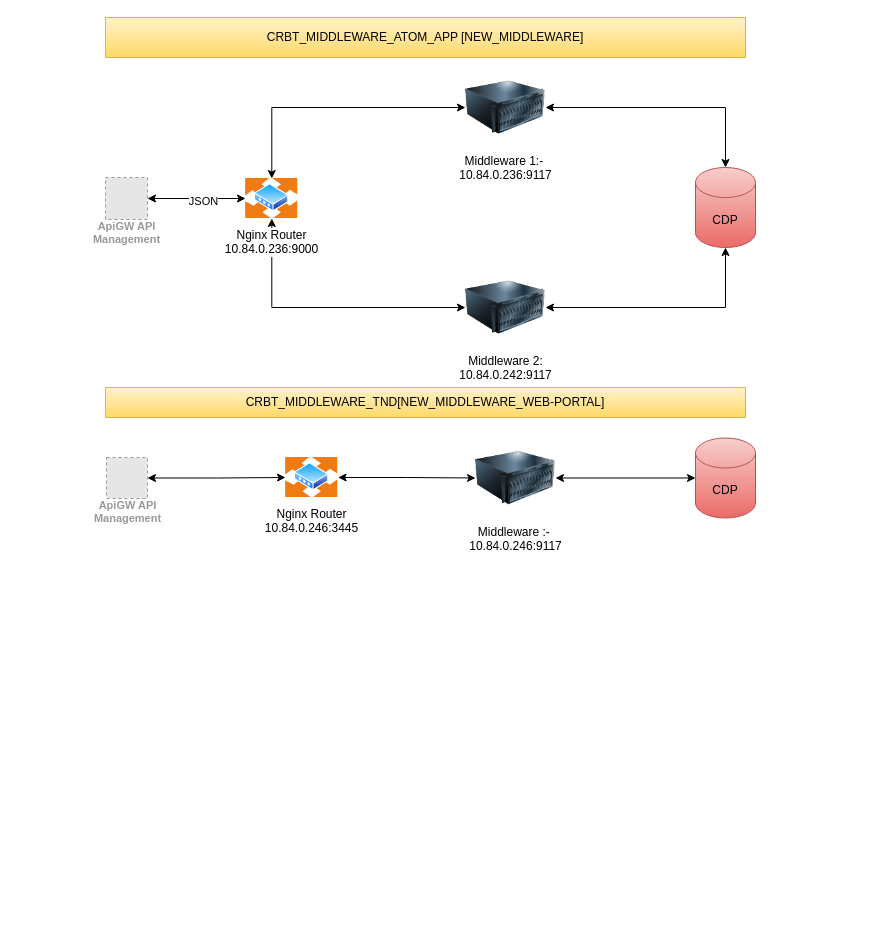
Earlier version of the draw.io diagram src/Untitled Diagram.drawio (sathwikraj19/udemy). Source tidied: cells renumbered, new cells numbered last; positions are measured from the earlier drawing's top-left corner, leaving out a move shared by most shapes. Both pictures are drawn from the tidied source at 100%, with x=0, y=0 at pixel (105, 17). Pictures stored in the file or linked from it are replaced by grey dashed boxes.
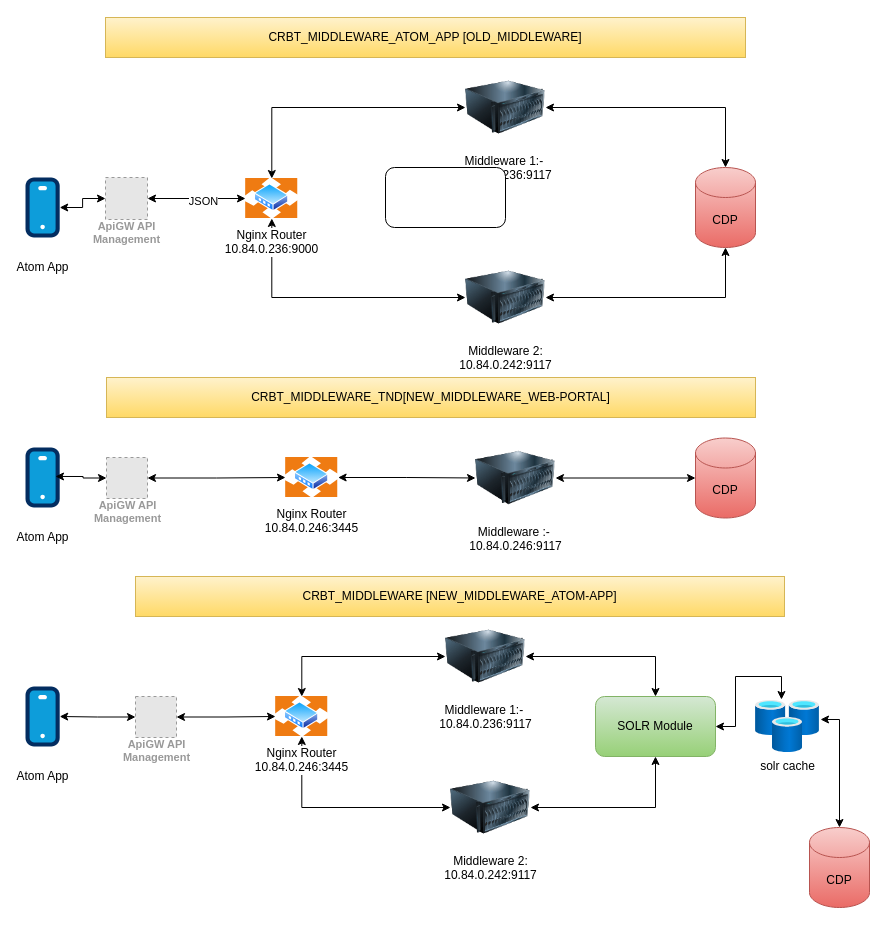
The same page after the edit.

The change refers to these unchanged cells:
```xml
<mxCell id="4" value="ApiGW API&lt;br&gt;Management" style="fillColor=#E6E6E6;strokeColor=#999999;dashed=1;html=1;verticalAlign=top;labelPosition=center;verticalLabelPosition=bottom;align=center;spacingTop=-6;fontSize=11;fontStyle=1;fontColor=#999999;" parent="1" vertex="1">
  <mxGeometry y="160" width="42" height="42" as="geometry" />
</mxCell>
<mxCell id="12" value="ApiGW API&lt;br&gt;Management" style="fillColor=#E6E6E6;strokeColor=#999999;dashed=1;html=1;verticalAlign=top;labelPosition=center;verticalLabelPosition=bottom;align=center;spacingTop=-6;fontSize=11;fontStyle=1;fontColor=#999999;" parent="1" vertex="1">
  <mxGeometry x="1" y="440" width="41" height="41" as="geometry" />
</mxCell>
```

Change to the diagram source:
```diff
@@
+    <mxCell id="22" style="edgeStyle=orthogonalEdgeStyle;rounded=0;jettySize=auto;html=1;exitX=0;exitY=0.5;exitDx=0;exitDy=0;startArrow=classic;startFill=1;" parent="1" edge="1" source="4" target="36">
+      <mxGeometry relative="1" as="geometry" />
+    </mxCell>
@@
     <mxCell id="8" value="Middleware 2:&lt;div&gt;10.84.0.242:9117&lt;/div&gt;" style="image;html=1;image=img/lib/clip_art/computers/Server_128x128.png;" parent="1" vertex="1">
-      <mxGeometry x="360" y="250" width="80" height="80" as="geometry" />
+      <mxGeometry x="360" y="240" width="80" height="80" as="geometry" />
     </mxCell>
@@
-    <mxCell id="10" value="CRBT_MIDDLEWARE_ATOM_APP [NEW_MIDDLEWARE]" style="text;html=1;align=center;verticalAlign=middle;whiteSpace=wrap;rounded=0;fillColor=#fff2cc;gradientColor=#ffd966;strokeColor=#d6b656;" parent="1" vertex="1">
+    <mxCell id="10" value="CRBT_MIDDLEWARE_ATOM_APP [OLD_MIDDLEWARE]" style="text;html=1;align=center;verticalAlign=middle;whiteSpace=wrap;rounded=0;fillColor=#fff2cc;gradientColor=#ffd966;strokeColor=#d6b656;" parent="1" vertex="1">
       <mxGeometry width="640" height="40" as="geometry" />
     </mxCell>
@@
     <mxCell id="21" value="CRBT_MIDDLEWARE_TND[NEW_MIDDLEWARE_WEB-PORTAL]" style="text;html=1;align=center;verticalAlign=middle;whiteSpace=wrap;rounded=0;fillColor=#fff2cc;gradientColor=#ffd966;strokeColor=#d6b656;" parent="1" vertex="1">
-      <mxGeometry y="370" width="640" height="30" as="geometry" />
+      <mxGeometry x="1" y="360" width="649" height="40" as="geometry" />
     </mxCell>
+    <mxCell id="23" style="edgeStyle=orthogonalEdgeStyle;rounded=0;jettySize=auto;html=1;exitX=0;exitY=0.5;exitDx=0;exitDy=0;startArrow=classic;startFill=1;" parent="1" edge="1" source="25" target="39">
+      <mxGeometry relative="1" as="geometry" />
+    </mxCell>
+    <mxCell id="24" style="edgeStyle=orthogonalEdgeStyle;rounded=0;jettySize=auto;html=1;exitX=1;exitY=0.5;exitDx=0;exitDy=0;entryX=0;entryY=0.5;entryDx=0;entryDy=0;startArrow=classic;startFill=1;" parent="1" edge="1" source="25" target="28">
+      <mxGeometry relative="1" as="geometry" />
+    </mxCell>
+    <mxCell id="25" value="ApiGW API&lt;br&gt;Management" style="fillColor=#E6E6E6;strokeColor=#999999;dashed=1;html=1;verticalAlign=top;labelPosition=center;verticalLabelPosition=bottom;align=center;spacingTop=-6;fontSize=11;fontStyle=1;fontColor=#999999;" parent="1" vertex="1">
+      <mxGeometry x="30" y="679" width="41" height="41" as="geometry" />
+    </mxCell>
+    <mxCell id="26" style="edgeStyle=orthogonalEdgeStyle;rounded=0;jettySize=auto;html=1;exitX=0.5;exitY=0;exitDx=0;exitDy=0;startArrow=classic;startFill=1;" parent="1" edge="1" source="28" target="30">
+      <mxGeometry relative="1" as="geometry" />
+    </mxCell>
+    <mxCell id="27" style="edgeStyle=orthogonalEdgeStyle;rounded=0;jettySize=auto;html=1;exitX=0.5;exitY=1;exitDx=0;exitDy=0;entryX=0;entryY=0.5;entryDx=0;entryDy=0;startArrow=classic;startFill=1;" parent="1" edge="1" source="28" target="32">
+      <mxGeometry relative="1" as="geometry" />
+    </mxCell>
+    <mxCell id="28" value="Nginx Router&lt;div&gt;10.84.0.246:3445&lt;/div&gt;" style="image;perimeter=ellipsePerimeter;html=1;align=center;shadow=0;dashed=0;spacingTop=3;image=img/lib/active_directory/router.svg;" parent="1" vertex="1">
+      <mxGeometry x="170" y="679" width="52.6" height="40" as="geometry" />
+    </mxCell>
+    <mxCell id="29" style="edgeStyle=orthogonalEdgeStyle;rounded=0;jettySize=auto;html=1;exitX=1;exitY=0.5;exitDx=0;exitDy=0;entryX=0.5;entryY=0;entryDx=0;entryDy=0;startArrow=classic;startFill=1;" parent="1" edge="1" source="30" target="38">
+      <mxGeometry relative="1" as="geometry" />
+    </mxCell>
+    <mxCell id="30" value="Middleware 1:-&amp;nbsp;&lt;div&gt;10.84.0.236:9117&lt;/div&gt;" style="image;html=1;image=img/lib/clip_art/computers/Server_128x128.png;" parent="1" vertex="1">
+      <mxGeometry x="340" y="599" width="80" height="80" as="geometry" />
+    </mxCell>
+    <mxCell id="31" style="edgeStyle=orthogonalEdgeStyle;rounded=0;jettySize=auto;html=1;exitX=1;exitY=0.5;exitDx=0;exitDy=0;entryX=0.5;entryY=1;entryDx=0;entryDy=0;startArrow=classic;startFill=1;" parent="1" edge="1" source="32" target="38">
+      <mxGeometry relative="1" as="geometry" />
+    </mxCell>
+    <mxCell id="32" value="Middleware 2:&lt;div&gt;10.84.0.242:9117&lt;/div&gt;" style="image;html=1;image=img/lib/clip_art/computers/Server_128x128.png;" parent="1" vertex="1">
+      <mxGeometry x="345" y="750" width="80" height="80" as="geometry" />
+    </mxCell>
+    <mxCell id="33" value="CDP" style="shape=cylinder3;whiteSpace=wrap;html=1;boundedLbl=1;backgroundOutline=1;size=15;fillColor=#f8cecc;gradientColor=#ea6b66;strokeColor=#b85450;" parent="1" vertex="1">
+      <mxGeometry x="704" y="810" width="60" height="80" as="geometry" />
+    </mxCell>
+    <mxCell id="34" value="solr cache" style="image;html=1;points=[];align=center;fontSize=12;image=img/lib/azure2/databases/Cache_Redis.svg;" parent="1" vertex="1">
+      <mxGeometry x="650" y="683" width="64" height="52" as="geometry" />
+    </mxCell>
+    <mxCell id="35" value="Atom App" style="verticalLabelPosition=bottom;html=1;shape=mxgraph.salesforce.apps;" parent="1" vertex="1">
+      <mxGeometry x="-80" y="430" width="34.2" height="60" as="geometry" />
+    </mxCell>
+    <mxCell id="36" value="Atom App" style="verticalLabelPosition=bottom;html=1;shape=mxgraph.salesforce.apps;" parent="1" vertex="1">
+      <mxGeometry x="-80" y="160" width="34.2" height="60" as="geometry" />
+    </mxCell>
+    <mxCell id="37" style="rounded=1;whiteSpace=wrap;html=1;" parent="1" vertex="1">
+      <mxGeometry x="280" y="150" width="120" height="60" as="geometry" />
+    </mxCell>
+    <mxCell id="38" value="SOLR Module" style="rounded=1;whiteSpace=wrap;html=1;fillColor=#d5e8d4;gradientColor=#97d077;strokeColor=#82b366;" parent="1" vertex="1">
+      <mxGeometry x="490" y="679" width="120" height="60" as="geometry" />
+    </mxCell>
+    <mxCell id="39" value="Atom App" style="verticalLabelPosition=bottom;html=1;shape=mxgraph.salesforce.apps;" parent="1" vertex="1">
+      <mxGeometry x="-80" y="669" width="34.2" height="60" as="geometry" />
+    </mxCell>
+    <mxCell id="40" style="edgeStyle=orthogonalEdgeStyle;rounded=0;jettySize=auto;html=1;exitX=0;exitY=0.5;exitDx=0;exitDy=0;entryX=0.877;entryY=0.483;entryDx=0;entryDy=0;entryPerimeter=0;startArrow=classic;startFill=1;" parent="1" edge="1" source="12" target="35">
+      <mxGeometry relative="1" as="geometry" />
+    </mxCell>
+    <mxCell id="41" style="edgeStyle=orthogonalEdgeStyle;rounded=0;jettySize=auto;html=1;exitX=1;exitY=0.5;exitDx=0;exitDy=0;entryX=0.406;entryY=-0.019;entryDx=0;entryDy=0;entryPerimeter=0;startArrow=classic;startFill=1;" parent="1" edge="1" source="38" target="34">
+      <mxGeometry relative="1" as="geometry" />
+    </mxCell>
+    <mxCell id="42" style="edgeStyle=orthogonalEdgeStyle;rounded=0;jettySize=auto;html=1;exitX=0.5;exitY=0;exitDx=0;exitDy=0;exitPerimeter=0;entryX=1.016;entryY=0.365;entryDx=0;entryDy=0;entryPerimeter=0;startArrow=classic;startFill=1;" parent="1" edge="1" source="33" target="34">
+      <mxGeometry relative="1" as="geometry" />
+    </mxCell>
+    <mxCell id="43" value="CRBT_MIDDLEWARE [NEW_MIDDLEWARE_ATOM-APP]" style="text;html=1;align=center;verticalAlign=middle;whiteSpace=wrap;rounded=0;fillColor=#fff2cc;gradientColor=#ffd966;strokeColor=#d6b656;" parent="1" vertex="1">
+      <mxGeometry x="30" y="559" width="649" height="40" as="geometry" />
+    </mxCell>
```
